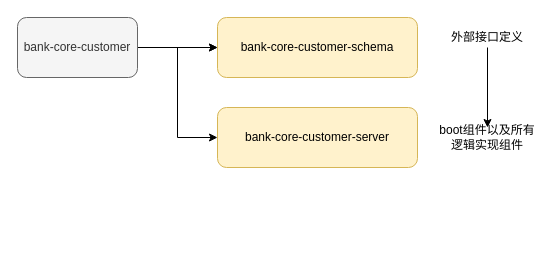
Earlier version of the draw.io diagram page "第 6 页" (6 of 7) of 核心前置系统.drawio (sam1982/draw). Source tidied: cells renumbered, new cells numbered last; positions are measured from the earlier drawing's top-left corner, leaving out a move shared by most shapes. Both pictures are drawn from the tidied source at 100%, with x=0, y=0 at pixel (17, 17).
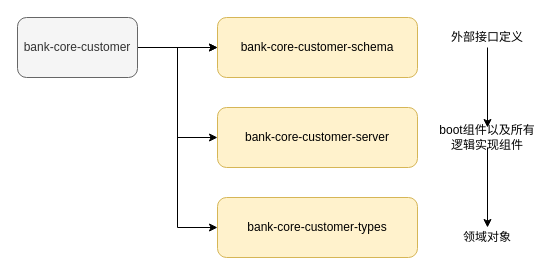
After the change.

The edit, as a diff of the source:
```diff
@@
 <mxGraphModel>
   <root>
     <mxCell id="0" />
     <mxCell id="1" parent="0" />
     <mxCell id="2" style="edgeStyle=orthogonalEdgeStyle;rounded=0;jettySize=auto;html=1;" parent="1" edge="1" source="5" target="7">
       <mxGeometry relative="1" as="geometry" />
     </mxCell>
     <mxCell id="3" style="edgeStyle=orthogonalEdgeStyle;rounded=0;jettySize=auto;html=1;" parent="1" edge="1" source="5" target="7">
       <mxGeometry relative="1" as="geometry" />
     </mxCell>
     <mxCell id="4" style="edgeStyle=orthogonalEdgeStyle;rounded=0;jettySize=auto;html=1;entryX=0;entryY=0.5;entryDx=0;entryDy=0;" parent="1" edge="1" source="5" target="6">
       <mxGeometry relative="1" as="geometry" />
     </mxCell>
+    <mxCell id="11" style="edgeStyle=orthogonalEdgeStyle;rounded=0;jettySize=auto;html=1;entryX=0;entryY=0.5;entryDx=0;entryDy=0;" parent="1" edge="1" source="5" target="14">
+      <mxGeometry relative="1" as="geometry" />
+    </mxCell>
     <mxCell id="5" value="bank-core-customer" style="rounded=1;whiteSpace=wrap;html=1;fillColor=#f5f5f5;strokeColor=#666666;fontColor=#333333;" parent="1" vertex="1">
       <mxGeometry width="120" height="60" as="geometry" />
     </mxCell>
     <mxCell id="6" value="bank-core-customer-server" style="rounded=1;whiteSpace=wrap;html=1;fillColor=#fff2cc;strokeColor=#d6b656;" parent="1" vertex="1">
       <mxGeometry x="200" y="90" width="200" height="60" as="geometry" />
     </mxCell>
     <mxCell id="7" value="bank-core-customer-schema" style="rounded=1;whiteSpace=wrap;html=1;fillColor=#fff2cc;strokeColor=#d6b656;" parent="1" vertex="1">
       <mxGeometry x="200" width="200" height="60" as="geometry" />
     </mxCell>
     <mxCell id="8" style="edgeStyle=orthogonalEdgeStyle;rounded=0;jettySize=auto;html=1;" parent="1" edge="1" source="9" target="10">
       <mxGeometry relative="1" as="geometry" />
     </mxCell>
     <mxCell id="9" value="外部接口定义" style="text;html=1;strokeColor=none;fillColor=none;align=center;verticalAlign=middle;whiteSpace=wrap;rounded=0;" parent="1" vertex="1">
       <mxGeometry x="420" y="10" width="100" height="20" as="geometry" />
     </mxCell>
+    <mxCell id="12" style="edgeStyle=orthogonalEdgeStyle;rounded=0;jettySize=auto;html=1;" parent="1" edge="1" source="10" target="13">
+      <mxGeometry relative="1" as="geometry" />
+    </mxCell>
     <mxCell id="10" value="boot组件以及所有逻辑实现组件" style="text;html=1;strokeColor=none;fillColor=none;align=center;verticalAlign=middle;whiteSpace=wrap;rounded=0;" parent="1" vertex="1">
       <mxGeometry x="420" y="110" width="100" height="20" as="geometry" />
     </mxCell>
+    <mxCell id="13" value="领域对象" style="text;html=1;strokeColor=none;fillColor=none;align=center;verticalAlign=middle;whiteSpace=wrap;rounded=0;" parent="1" vertex="1">
+      <mxGeometry x="420" y="210" width="100" height="20" as="geometry" />
+    </mxCell>
+    <mxCell id="14" value="bank-core-customer-types" style="rounded=1;whiteSpace=wrap;html=1;fillColor=#fff2cc;strokeColor=#d6b656;" parent="1" vertex="1">
+      <mxGeometry x="200" y="180" width="200" height="60" as="geometry" />
+    </mxCell>
   </root>
 </mxGraphModel>
```
